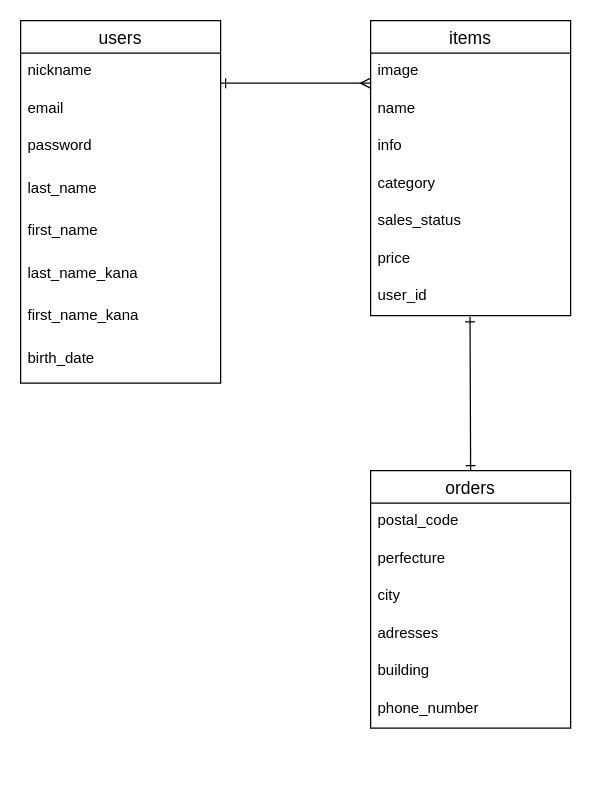
kazami1066/furima-37817 keeps this draw.io diagram as furima-37817.dio. Above is the earlier version. Source tidied: cells renumbered, new cells numbered last; positions are measured from the earlier drawing's top-left corner, leaving out a move shared by most shapes. Both pictures are drawn from the tidied source at 125%, with x=0, y=0 at pixel (20, 20).
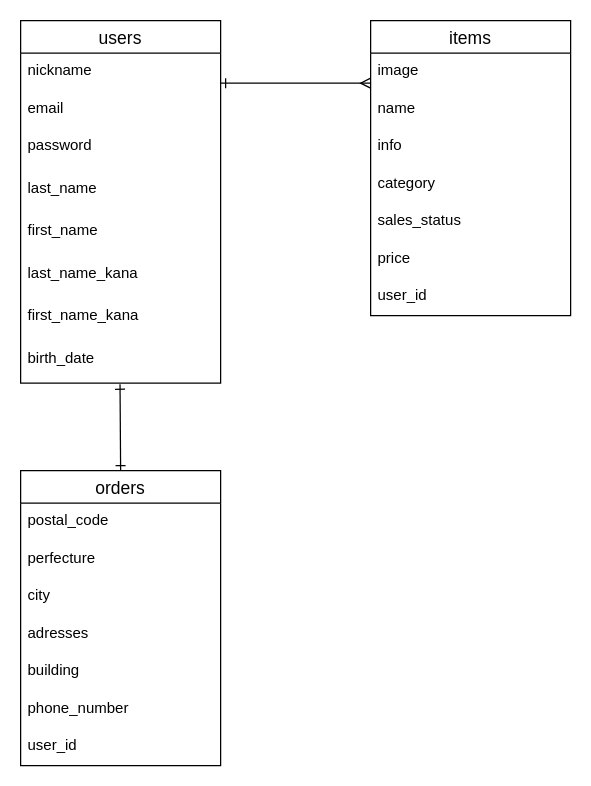
Above is the later version.

Commit message:
ER図の作成（編集）

Unchanged cells that the change refers to:
```xml
<mxCell id="10" value="birth_date" style="text;strokeColor=none;fillColor=none;spacingLeft=4;spacingRight=4;overflow=hidden;points=[[0,0.5],[1,0.5]];portConstraint=eastwest;fontSize=12;" parent="2" vertex="1">
  <mxGeometry y="256" width="160" height="34" as="geometry" />
</mxCell>
<mxCell id="18" value="user_id" style="text;strokeColor=none;fillColor=none;spacingLeft=4;spacingRight=4;overflow=hidden;points=[[0,0.5],[1,0.5]];portConstraint=eastwest;fontSize=12;" parent="11" vertex="1">
  <mxGeometry y="206" width="160" height="30" as="geometry" />
</mxCell>
```

Change to the diagram source:
```diff
@@
     <mxCell id="19" value="orders" style="swimlane;fontStyle=0;horizontal=1;startSize=26;align=center;fontSize=14;" parent="1" vertex="1">
-      <mxGeometry x="280" y="360" width="160" height="206" as="geometry" />
+      <mxGeometry y="360" width="160" height="236" as="geometry" />
     </mxCell>
@@
+    <mxCell id="28" value="user_id" style="text;strokeColor=none;fillColor=none;spacingLeft=4;spacingRight=4;overflow=hidden;fontSize=12;" parent="19" vertex="1">
+      <mxGeometry y="206" width="160" height="30" as="geometry" />
+    </mxCell>
@@
-    <mxCell id="27" style="endArrow=ERone;html=1;rounded=0;strokeWidth=1;entryX=0.5;entryY=0;entryDx=0;entryDy=0;startArrow=ERone;startFill=0;endFill=0;exitX=0.497;exitY=1.033;exitDx=0;exitDy=0;exitPerimeter=0;" parent="1" edge="1" source="18" target="19">
+    <mxCell id="27" style="endArrow=ERone;html=1;rounded=0;strokeWidth=1;entryX=0.5;entryY=0;entryDx=0;entryDy=0;startArrow=ERone;startFill=0;endFill=0;exitX=0.497;exitY=1.027;exitDx=0;exitDy=0;exitPerimeter=0;" parent="1" edge="1" source="10" target="19">
       <mxGeometry relative="1" as="geometry" />
     </mxCell>
```
